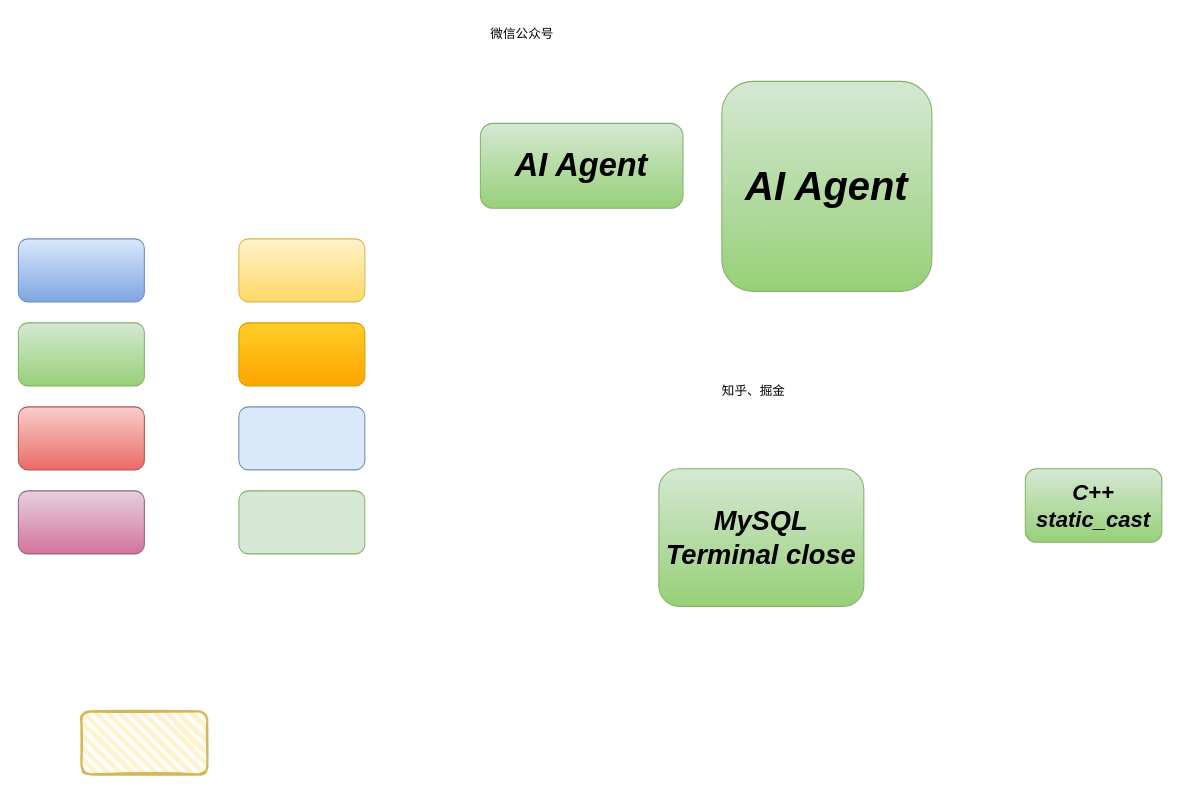
wangxiaokun/mypic keeps this draw.io diagram as page "第 1 页" (1 of 2) of 测试.drawio. Above is the earlier version. Source tidied: cells renumbered, new cells numbered last; positions are measured from the earlier drawing's top-left corner, leaving out a move shared by most shapes. Both pictures are drawn from the tidied source at 105%, with x=0, y=0 at pixel (18, 18).
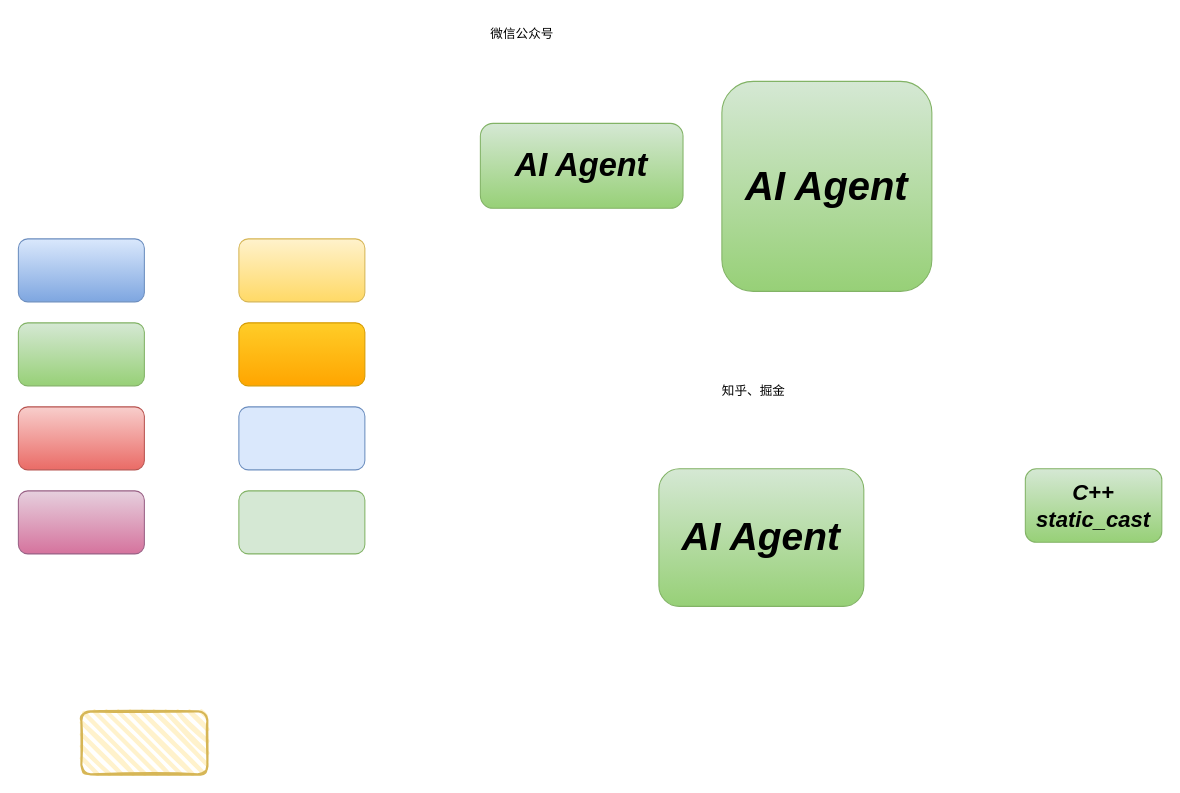
Above is the later version.

Change to the diagram source:
```diff
@@
 <mxGraphModel>
   <root>
     <mxCell id="0" />
     <mxCell id="1" parent="0" />
     <mxCell id="2" style="rounded=1;whiteSpace=wrap;html=1;fillColor=#dae8fc;gradientColor=#7ea6e0;strokeColor=#6c8ebf;" parent="1" vertex="1">
       <mxGeometry y="210" width="120" height="60" as="geometry" />
     </mxCell>
     <mxCell id="3" style="rounded=1;whiteSpace=wrap;html=1;fillColor=#fff2cc;gradientColor=#ffd966;strokeColor=#d6b656;" parent="1" vertex="1">
       <mxGeometry x="210" y="210" width="120" height="60" as="geometry" />
     </mxCell>
     <mxCell id="4" style="rounded=1;whiteSpace=wrap;html=1;fillColor=#d5e8d4;gradientColor=#97d077;strokeColor=#82b366;" parent="1" vertex="1">
       <mxGeometry y="290" width="120" height="60" as="geometry" />
     </mxCell>
     <mxCell id="5" style="rounded=1;whiteSpace=wrap;html=1;fillColor=#e6d0de;gradientColor=#d5739d;strokeColor=#996185;" parent="1" vertex="1">
       <mxGeometry y="450" width="120" height="60" as="geometry" />
     </mxCell>
     <mxCell id="6" style="rounded=1;whiteSpace=wrap;html=1;fillColor=#f8cecc;gradientColor=#ea6b66;strokeColor=#b85450;" parent="1" vertex="1">
       <mxGeometry y="370" width="120" height="60" as="geometry" />
     </mxCell>
     <mxCell id="7" style="rounded=1;whiteSpace=wrap;html=1;fillColor=#ffcd28;gradientColor=#ffa500;strokeColor=#d79b00;" parent="1" vertex="1">
       <mxGeometry x="210" y="290" width="120" height="60" as="geometry" />
     </mxCell>
     <mxCell id="8" style="rounded=1;whiteSpace=wrap;html=1;fillColor=#dae8fc;strokeColor=#6c8ebf;" parent="1" vertex="1">
       <mxGeometry x="210" y="370" width="120" height="60" as="geometry" />
     </mxCell>
     <mxCell id="9" style="rounded=1;whiteSpace=wrap;html=1;fillColor=#d5e8d4;strokeColor=#82b366;" parent="1" vertex="1">
       <mxGeometry x="210" y="450" width="120" height="60" as="geometry" />
     </mxCell>
     <mxCell id="10" style="rounded=1;whiteSpace=wrap;html=1;strokeWidth=2;fillWeight=4;hachureGap=8;hachureAngle=45;fillColor=#fff2cc;sketch=1;strokeColor=#d6b656;" parent="1" vertex="1">
       <mxGeometry x="60" y="660" width="120" height="60" as="geometry" />
     </mxCell>
     <mxCell id="11" value="&lt;font style=&quot;&quot;&gt;&lt;span style=&quot;font-size: 31px;&quot;&gt;AI Agent&lt;/span&gt;&lt;br&gt;&lt;/font&gt;" style="rounded=1;whiteSpace=wrap;html=1;fillColor=#d5e8d4;gradientColor=#97d077;strokeColor=#82b366;fontStyle=3;fontSize=28;" parent="1" vertex="1">
       <mxGeometry x="440" y="100" width="193" height="80.9" as="geometry" />
     </mxCell>
     <mxCell id="12" value="&lt;i&gt;&lt;b&gt;&lt;font style=&quot;font-size: 38px;&quot;&gt;AI Agent&lt;/font&gt;&lt;/b&gt;&lt;/i&gt;" style="rounded=1;whiteSpace=wrap;html=1;fillColor=#d5e8d4;gradientColor=#97d077;strokeColor=#82b366;" parent="1" vertex="1">
       <mxGeometry x="670" y="60" width="200" height="200" as="geometry" />
     </mxCell>
-    <mxCell id="13" value="MySQL&lt;br&gt;&lt;div&gt;Terminal close&lt;/div&gt;" style="rounded=1;whiteSpace=wrap;html=1;fillColor=#d5e8d4;gradientColor=#97d077;strokeColor=#82b366;fontStyle=3;fontSize=26;" parent="1" vertex="1">
+    <mxCell id="13" value="AI Agent" style="rounded=1;whiteSpace=wrap;html=1;fillColor=#d5e8d4;gradientColor=#97d077;strokeColor=#82b366;fontStyle=3;fontSize=37;" parent="1" vertex="1">
       <mxGeometry x="610" y="429" width="195.2" height="131" as="geometry" />
     </mxCell>
     <mxCell id="14" value="微信公众号" style="text;html=1;whiteSpace=wrap;strokeColor=none;fillColor=none;align=center;verticalAlign=middle;rounded=0;" parent="1" vertex="1">
       <mxGeometry x="430" width="100" height="30" as="geometry" />
     </mxCell>
     <mxCell id="15" value="知乎、掘金" style="text;html=1;whiteSpace=wrap;strokeColor=none;fillColor=none;align=center;verticalAlign=middle;rounded=0;" parent="1" vertex="1">
       <mxGeometry x="650" y="340" width="101" height="30" as="geometry" />
     </mxCell>
     <mxCell id="16" value="C++&lt;br&gt;&lt;div&gt;static_cast&lt;/div&gt;" style="rounded=1;whiteSpace=wrap;html=1;fillColor=#d5e8d4;gradientColor=#97d077;strokeColor=#82b366;fontStyle=3;fontSize=21;" parent="1" vertex="1">
       <mxGeometry x="959" y="429" width="130" height="70" as="geometry" />
     </mxCell>
   </root>
 </mxGraphModel>
```
